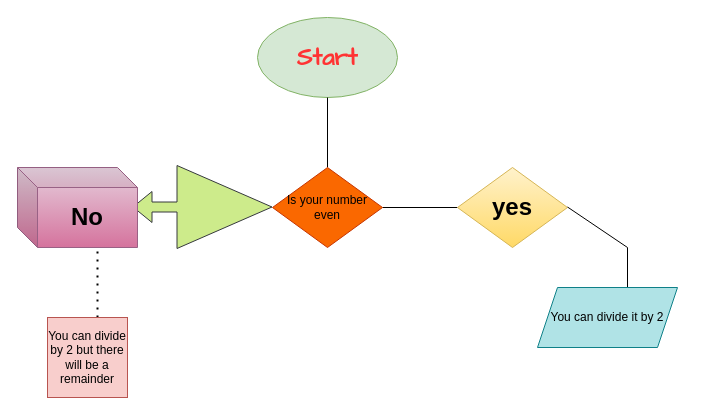
The draw.io diagram a.drawio in Adaezeissmart/1, before the edit. Source tidied: cells renumbered, new cells numbered last; positions are measured from the earlier drawing's top-left corner, leaving out a move shared by most shapes. Both pictures are drawn from the tidied source at 100%, with x=0, y=0 at pixel (17, 17).
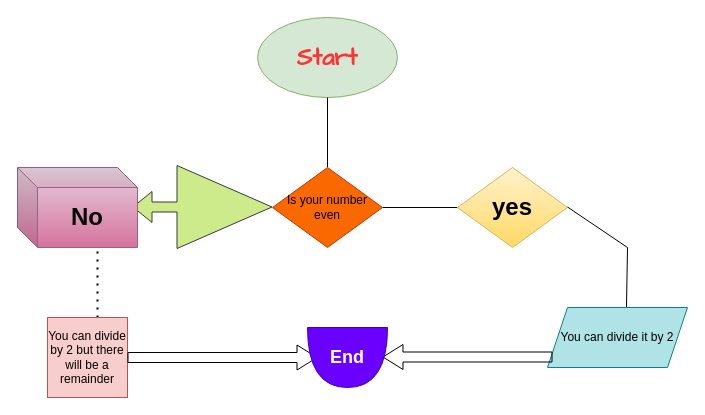
Above is the later version.

The change refers to these unchanged cells:
```xml
<mxCell id="12" value="You can divide by 2 but there will be a remainder" style="whiteSpace=wrap;html=1;fillColor=#f8cecc;strokeColor=#b85450;" parent="1" vertex="1">
  <mxGeometry x="30" y="300" width="80" height="80" as="geometry" />
</mxCell>
```

What changed in the source:
```diff
@@
-    <mxCell id="7" style="endArrow=none;html=1;rounded=0;" parent="1" edge="1">
+    <mxCell id="7" style="endArrow=none;html=1;rounded=0;entryX=0.564;entryY=0.017;entryDx=0;entryDy=0;entryPerimeter=0;" parent="1" edge="1" target="8">
       <mxGeometry relative="1" as="geometry">
         <mxPoint x="550" y="189.5" as="sourcePoint" />
-        <mxPoint x="610" y="270" as="targetPoint" />
         <Array as="points">
           <mxPoint x="610" y="230" />
         </Array>
       </mxGeometry>
     </mxCell>
     <mxCell id="8" value="You can divide it by 2" style="shape=parallelogram;perimeter=parallelogramPerimeter;whiteSpace=wrap;html=1;fixedSize=1;fillColor=#b0e3e6;strokeColor=#0e8088;" parent="1" vertex="1">
-      <mxGeometry x="520" y="270" width="140" height="60" as="geometry" />
+      <mxGeometry x="530" y="290" width="140" height="60" as="geometry" />
     </mxCell>
@@
+    <mxCell id="13" style="shape=flexArrow;endArrow=classic;html=1;rounded=0;exitX=1;exitY=0.5;exitDx=0;exitDy=0;endWidth=14;endSize=6.33;" parent="1" edge="1" source="12">
+      <mxGeometry relative="1" as="geometry">
+        <mxPoint x="300" y="340" as="targetPoint" />
+      </mxGeometry>
+    </mxCell>
+    <mxCell id="14" style="shape=flexArrow;endArrow=classic;html=1;rounded=0;exitX=1;exitY=0.5;exitDx=0;exitDy=0;endWidth=14;endSize=6.33;" parent="1" edge="1">
+      <mxGeometry relative="1" as="geometry">
+        <mxPoint x="535" y="339.5" as="sourcePoint" />
+        <mxPoint x="365" y="339.5" as="targetPoint" />
+      </mxGeometry>
+    </mxCell>
+    <mxCell id="15" value="&lt;h2&gt;End&lt;/h2&gt;" style="shape=or;whiteSpace=wrap;html=1;direction=south;fillColor=#6a00ff;strokeColor=#3700CC;fontColor=#ffffff;" parent="1" vertex="1">
+      <mxGeometry x="290" y="310" width="80" height="60" as="geometry" />
+    </mxCell>
```
